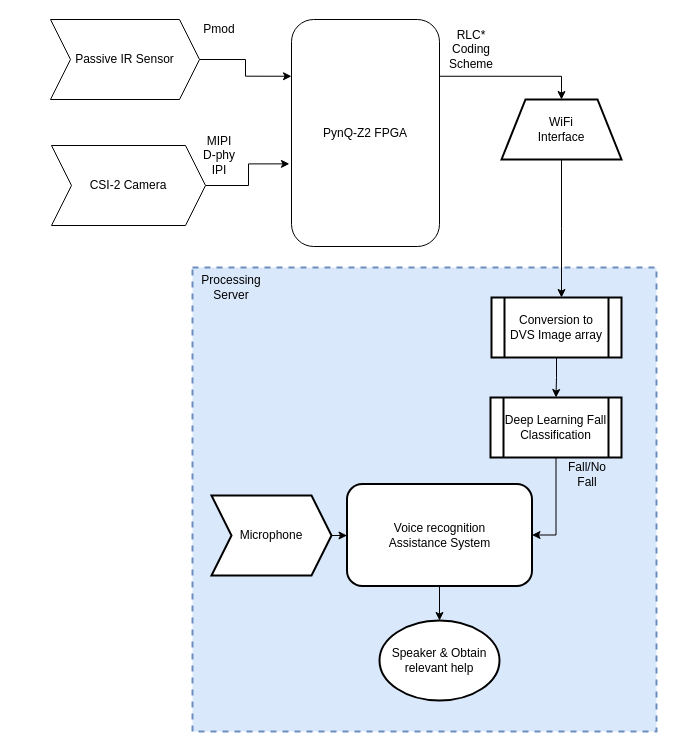
This is Systems level design.drawio from graemef681/19520-Fall-Detection-DVS, a draw.io file, before an edit. Source tidied: cells renumbered, new cells numbered last; positions are measured from the earlier drawing's top-left corner, leaving out a move shared by most shapes. Both pictures are drawn from the tidied source at 100%, with x=0, y=0 at pixel (50, 19).
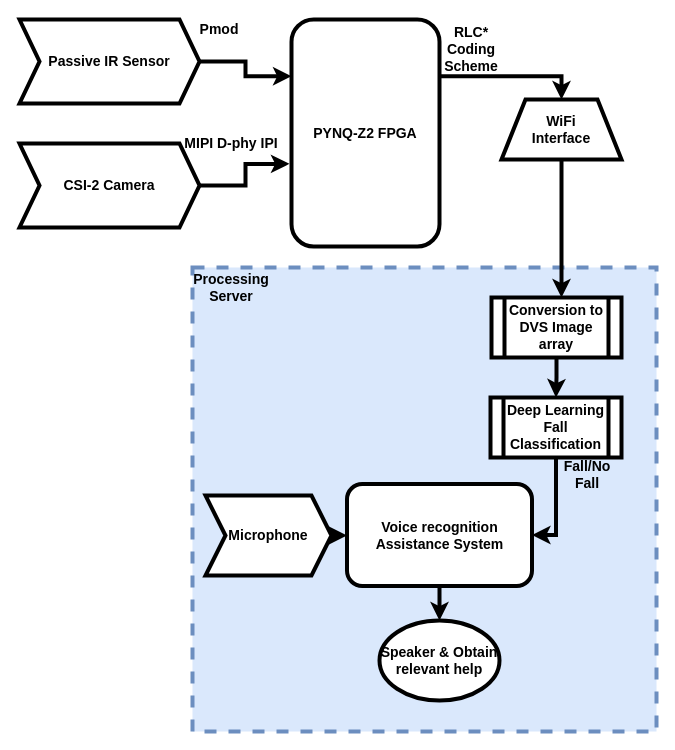
After the change.

Commit message (it also covers changes not shown here):
Updated system level diagram, added a PNG file

Made the borders of the boxes thicker and increased the size of text and put it in bold.

Change to the diagram source:
```diff
@@
-    <mxCell id="2" style="whiteSpace=wrap;html=1;dashed=1;perimeterSpacing=1;strokeWidth=2;fillColor=#dae8fc;strokeColor=#6c8ebf;" parent="1" vertex="1">
+    <mxCell id="2" style="whiteSpace=wrap;html=1;dashed=1;perimeterSpacing=1;strokeWidth=4;fillColor=#dae8fc;strokeColor=#6c8ebf;fontStyle=1;fontSize=14;" parent="1" vertex="1">
       <mxGeometry x="142" y="248" width="464" height="464" as="geometry" />
     </mxCell>
-    <mxCell id="3" style="edgeStyle=orthogonalEdgeStyle;rounded=0;jettySize=auto;html=1;exitX=1;exitY=0.25;exitDx=0;exitDy=0;entryX=0.5;entryY=0;entryDx=0;entryDy=0;" parent="1" edge="1" source="4" target="11">
+    <mxCell id="3" style="edgeStyle=orthogonalEdgeStyle;rounded=0;jettySize=auto;html=1;exitX=1;exitY=0.25;exitDx=0;exitDy=0;entryX=0.5;entryY=0;entryDx=0;entryDy=0;strokeWidth=4;fontStyle=1;fontSize=14;" parent="1" edge="1" source="4" target="11">
       <mxGeometry relative="1" as="geometry">
         <Array as="points">
           <mxPoint x="511" y="57" />
         </Array>
       </mxGeometry>
     </mxCell>
-    <mxCell id="4" value="PynQ-Z2 FPGA" style="shape=ext;rounded=1;html=1;whiteSpace=wrap;" parent="1" vertex="1">
+    <mxCell id="4" value="PYNQ-Z2 FPGA" style="shape=ext;rounded=1;html=1;whiteSpace=wrap;strokeWidth=4;fontStyle=1;fontSize=14;" parent="1" vertex="1">
       <mxGeometry x="241" width="148" height="227" as="geometry" />
     </mxCell>
-    <mxCell id="5" style="edgeStyle=orthogonalEdgeStyle;rounded=0;jettySize=auto;html=1;exitX=1;exitY=0.5;exitDx=0;exitDy=0;entryX=-0.014;entryY=0.636;entryDx=0;entryDy=0;entryPerimeter=0;" parent="1" edge="1" source="6" target="4">
+    <mxCell id="5" style="edgeStyle=orthogonalEdgeStyle;rounded=0;jettySize=auto;html=1;exitX=1;exitY=0.5;exitDx=0;exitDy=0;entryX=-0.014;entryY=0.636;entryDx=0;entryDy=0;entryPerimeter=0;strokeWidth=4;fontStyle=1;fontSize=14;" parent="1" edge="1" source="6" target="4">
       <mxGeometry relative="1" as="geometry" />
     </mxCell>
-    <mxCell id="6" value="CSI-2 Camera" style="shape=step;perimeter=stepPerimeter;whiteSpace=wrap;html=1;fixedSize=1;" parent="1" vertex="1">
-      <mxGeometry x="1" y="126" width="154" height="80" as="geometry" />
+    <mxCell id="6" value="CSI-2 Camera" style="shape=step;perimeter=stepPerimeter;whiteSpace=wrap;html=1;fixedSize=1;strokeWidth=4;fontStyle=1;fontSize=14;" parent="1" vertex="1">
+      <mxGeometry x="-31" y="124" width="180" height="84" as="geometry" />
     </mxCell>
-    <mxCell id="7" style="edgeStyle=orthogonalEdgeStyle;rounded=0;jettySize=auto;html=1;exitX=1;exitY=0.5;exitDx=0;exitDy=0;entryX=0;entryY=0.25;entryDx=0;entryDy=0;" parent="1" edge="1" source="8" target="4">
+    <mxCell id="7" style="edgeStyle=orthogonalEdgeStyle;rounded=0;jettySize=auto;html=1;exitX=1;exitY=0.5;exitDx=0;exitDy=0;entryX=0;entryY=0.25;entryDx=0;entryDy=0;strokeWidth=4;fontStyle=1;fontSize=14;" parent="1" edge="1" source="8" target="4">
       <mxGeometry relative="1" as="geometry" />
     </mxCell>
-    <mxCell id="8" value="Passive IR Sensor" style="shape=step;perimeter=stepPerimeter;whiteSpace=wrap;html=1;fixedSize=1;" parent="1" vertex="1">
-      <mxGeometry width="149" height="80" as="geometry" />
+    <mxCell id="8" value="Passive IR Sensor" style="shape=step;perimeter=stepPerimeter;whiteSpace=wrap;html=1;fixedSize=1;strokeWidth=4;fontStyle=1;fontSize=14;" parent="1" vertex="1">
+      <mxGeometry x="-31" width="180" height="84" as="geometry" />
     </mxCell>
-    <mxCell id="9" value="Processing Server" style="text;html=1;strokeColor=none;fillColor=none;align=center;verticalAlign=middle;whiteSpace=wrap;rounded=0;dashed=1;" parent="1" vertex="1">
+    <mxCell id="9" value="Processing Server" style="text;html=1;strokeColor=none;fillColor=none;align=center;verticalAlign=middle;whiteSpace=wrap;rounded=0;dashed=1;strokeWidth=4;fontStyle=1;fontSize=14;" parent="1" vertex="1">
       <mxGeometry x="161" y="258" width="40" height="20" as="geometry" />
     </mxCell>
-    <mxCell id="10" style="edgeStyle=orthogonalEdgeStyle;rounded=0;jettySize=auto;html=1;exitX=0.5;exitY=1;exitDx=0;exitDy=0;" parent="1" edge="1" source="11">
+    <mxCell id="10" style="edgeStyle=orthogonalEdgeStyle;rounded=0;jettySize=auto;html=1;exitX=0.5;exitY=1;exitDx=0;exitDy=0;strokeWidth=4;fontStyle=1;fontSize=14;" parent="1" edge="1" source="11">
       <mxGeometry relative="1" as="geometry">
         <mxPoint x="511" y="278" as="targetPoint" />
       </mxGeometry>
     </mxCell>
-    <mxCell id="11" value="&lt;div&gt;WiFi&lt;/div&gt;&lt;div&gt;Interface&lt;br&gt;&lt;/div&gt;" style="shape=trapezoid;perimeter=trapezoidPerimeter;whiteSpace=wrap;html=1;strokeWidth=2;" parent="1" vertex="1">
+    <mxCell id="11" value="&lt;div style=&quot;font-size: 14px;&quot;&gt;WiFi&lt;/div&gt;&lt;div style=&quot;font-size: 14px;&quot;&gt;Interface&lt;br style=&quot;font-size: 14px;&quot;&gt;&lt;/div&gt;" style="shape=trapezoid;perimeter=trapezoidPerimeter;whiteSpace=wrap;html=1;strokeWidth=4;fontStyle=1;fontSize=14;" parent="1" vertex="1">
       <mxGeometry x="451" y="80" width="120" height="60" as="geometry" />
     </mxCell>
-    <mxCell id="12" style="edgeStyle=orthogonalEdgeStyle;rounded=0;jettySize=auto;html=1;exitX=0.5;exitY=1;exitDx=0;exitDy=0;entryX=0.5;entryY=0;entryDx=0;entryDy=0;" parent="1" edge="1" source="13" target="15">
+    <mxCell id="12" style="edgeStyle=orthogonalEdgeStyle;rounded=0;jettySize=auto;html=1;exitX=0.5;exitY=1;exitDx=0;exitDy=0;entryX=0.5;entryY=0;entryDx=0;entryDy=0;strokeWidth=4;fontStyle=1;fontSize=14;" parent="1" edge="1" source="13" target="15">
       <mxGeometry relative="1" as="geometry" />
     </mxCell>
-    <mxCell id="13" value="&lt;div&gt;Conversion to&lt;/div&gt;&lt;div&gt;DVS Image array&lt;br&gt;&lt;/div&gt;" style="shape=process;whiteSpace=wrap;html=1;backgroundOutline=1;strokeWidth=2;" parent="1" vertex="1">
+    <mxCell id="13" value="&lt;div style=&quot;font-size: 14px;&quot;&gt;Conversion to&lt;/div&gt;&lt;div style=&quot;font-size: 14px;&quot;&gt;DVS Image array&lt;br style=&quot;font-size: 14px;&quot;&gt;&lt;/div&gt;" style="shape=process;whiteSpace=wrap;html=1;backgroundOutline=1;strokeWidth=4;fontStyle=1;fontSize=14;" parent="1" vertex="1">
       <mxGeometry x="441" y="278" width="130" height="60" as="geometry" />
     </mxCell>
-    <mxCell id="14" style="edgeStyle=orthogonalEdgeStyle;rounded=0;jettySize=auto;html=1;exitX=0.5;exitY=1;exitDx=0;exitDy=0;entryX=1;entryY=0.5;entryDx=0;entryDy=0;" parent="1" edge="1" source="15" target="17">
+    <mxCell id="14" style="edgeStyle=orthogonalEdgeStyle;rounded=0;jettySize=auto;html=1;exitX=0.5;exitY=1;exitDx=0;exitDy=0;entryX=1;entryY=0.5;entryDx=0;entryDy=0;strokeWidth=4;fontStyle=1;fontSize=14;" parent="1" edge="1" source="15" target="17">
       <mxGeometry relative="1" as="geometry" />
     </mxCell>
-    <mxCell id="15" value="Deep Learning Fall Classification" style="shape=process;whiteSpace=wrap;html=1;backgroundOutline=1;strokeWidth=2;" parent="1" vertex="1">
+    <mxCell id="15" value="Deep Learning Fall Classification" style="shape=process;whiteSpace=wrap;html=1;backgroundOutline=1;strokeWidth=4;fontStyle=1;fontSize=14;" parent="1" vertex="1">
       <mxGeometry x="440" y="378" width="131" height="60" as="geometry" />
     </mxCell>
-    <mxCell id="16" style="edgeStyle=orthogonalEdgeStyle;rounded=0;jettySize=auto;html=1;exitX=0.5;exitY=1;exitDx=0;exitDy=0;entryX=0.5;entryY=0;entryDx=0;entryDy=0;" parent="1" edge="1" source="17" target="20">
+    <mxCell id="16" style="edgeStyle=orthogonalEdgeStyle;rounded=0;jettySize=auto;html=1;exitX=0.5;exitY=1;exitDx=0;exitDy=0;entryX=0.5;entryY=0;entryDx=0;entryDy=0;strokeWidth=4;fontStyle=1;fontSize=14;" parent="1" edge="1" source="17" target="20">
       <mxGeometry relative="1" as="geometry" />
     </mxCell>
-    <mxCell id="17" value="&lt;div&gt;Voice recognition&lt;/div&gt;&lt;div&gt; Assistance System&lt;/div&gt;" style="rounded=1;whiteSpace=wrap;html=1;strokeWidth=2;" parent="1" vertex="1">
+    <mxCell id="17" value="&lt;div style=&quot;font-size: 14px;&quot;&gt;Voice recognition&lt;/div&gt;&lt;div style=&quot;font-size: 14px;&quot;&gt; Assistance System&lt;/div&gt;" style="rounded=1;whiteSpace=wrap;html=1;strokeWidth=4;fontStyle=1;fontSize=14;" parent="1" vertex="1">
       <mxGeometry x="296.5" y="464.5" width="185" height="102" as="geometry" />
     </mxCell>
-    <mxCell id="18" style="edgeStyle=orthogonalEdgeStyle;rounded=0;jettySize=auto;html=1;exitX=1;exitY=0.5;exitDx=0;exitDy=0;entryX=0;entryY=0.5;entryDx=0;entryDy=0;" parent="1" edge="1" source="19" target="17">
+    <mxCell id="18" style="edgeStyle=orthogonalEdgeStyle;rounded=0;jettySize=auto;html=1;exitX=1;exitY=0.5;exitDx=0;exitDy=0;entryX=0;entryY=0.5;entryDx=0;entryDy=0;strokeWidth=4;fontStyle=1;fontSize=14;" parent="1" edge="1" source="19" target="17">
       <mxGeometry relative="1" as="geometry" />
     </mxCell>
-    <mxCell id="19" value="Microphone" style="shape=step;perimeter=stepPerimeter;whiteSpace=wrap;html=1;fixedSize=1;strokeWidth=2;" parent="1" vertex="1">
-      <mxGeometry x="161" y="476" width="120" height="80" as="geometry" />
+    <mxCell id="19" value="Microphone" style="shape=step;perimeter=stepPerimeter;whiteSpace=wrap;html=1;fixedSize=1;strokeWidth=4;fontStyle=1;fontSize=14;" parent="1" vertex="1">
+      <mxGeometry x="155" y="476" width="126" height="80" as="geometry" />
     </mxCell>
-    <mxCell id="20" value="Speaker &amp;amp; Obtain relevant help" style="ellipse;whiteSpace=wrap;html=1;strokeWidth=2;" parent="1" vertex="1">
+    <mxCell id="20" value="Speaker &amp;amp; Obtain relevant help" style="ellipse;whiteSpace=wrap;html=1;strokeWidth=4;fontStyle=1;fontSize=14;" parent="1" vertex="1">
       <mxGeometry x="329" y="601" width="120" height="80" as="geometry" />
     </mxCell>
-    <mxCell id="21" value="MIPI D-phy IPI" style="text;html=1;strokeColor=none;fillColor=none;align=center;verticalAlign=middle;whiteSpace=wrap;rounded=0;" parent="1" vertex="1">
-      <mxGeometry x="149" y="126" width="40" height="20" as="geometry" />
+    <mxCell id="21" value="MIPI D-phy IPI" style="text;html=1;strokeColor=none;fillColor=none;align=center;verticalAlign=middle;whiteSpace=wrap;rounded=0;strokeWidth=4;fontStyle=1;fontSize=14;" parent="1" vertex="1">
+      <mxGeometry x="133" y="114" width="96" height="20" as="geometry" />
     </mxCell>
-    <mxCell id="22" value="Pmod" style="text;html=1;strokeColor=none;fillColor=none;align=center;verticalAlign=middle;whiteSpace=wrap;rounded=0;" parent="1" vertex="1">
+    <mxCell id="22" value="Pmod" style="text;html=1;strokeColor=none;fillColor=none;align=center;verticalAlign=middle;whiteSpace=wrap;rounded=0;strokeWidth=4;fontStyle=1;fontSize=14;" parent="1" vertex="1">
       <mxGeometry x="149" width="40" height="20" as="geometry" />
     </mxCell>
-    <mxCell id="23" value="&lt;div&gt;RLC* Coding Scheme &lt;/div&gt;" style="text;html=1;strokeColor=none;fillColor=none;align=center;verticalAlign=middle;whiteSpace=wrap;rounded=0;" parent="1" vertex="1">
+    <mxCell id="23" value="&lt;div style=&quot;font-size: 14px;&quot;&gt;RLC* Coding Scheme &lt;/div&gt;" style="text;html=1;strokeColor=none;fillColor=none;align=center;verticalAlign=middle;whiteSpace=wrap;rounded=0;strokeWidth=4;fontStyle=1;fontSize=14;" parent="1" vertex="1">
       <mxGeometry x="401" y="20" width="40" height="20" as="geometry" />
     </mxCell>
-    <mxCell id="24" value="Fall/No Fall" style="text;html=1;strokeColor=none;fillColor=none;align=center;verticalAlign=middle;whiteSpace=wrap;rounded=0;" parent="1" vertex="1">
+    <mxCell id="24" value="Fall/No Fall" style="text;html=1;strokeColor=none;fillColor=none;align=center;verticalAlign=middle;whiteSpace=wrap;rounded=0;strokeWidth=4;fontStyle=1;fontSize=14;" parent="1" vertex="1">
       <mxGeometry x="517" y="445" width="40" height="20" as="geometry" />
     </mxCell>
```
